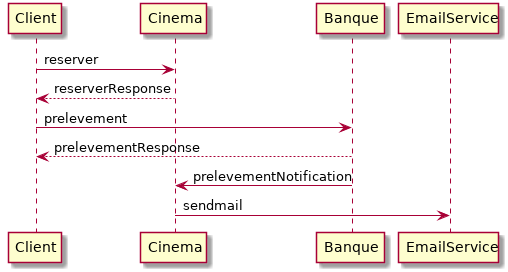
This is tp8/reservation.png from florianPalabost/tiw-is-2018, a PlantUML export, as it was before one commit. Source of this version:
```plantuml
@startuml
Client -> Cinema: reserver
Cinema --> Client: reserverResponse
Client -> Banque: prelevement
Banque --> Client: prelevementResponse
Banque -> Cinema: prelevementNotification
Cinema -> EmailService: sendmail
@enduml
```
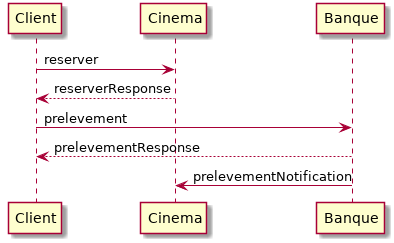
Above is the later version.

Diff of the diagram source:
```diff
@@ -4,5 +4,4 @@
 Client -> Banque: prelevement
 Banque --> Client: prelevementResponse
 Banque -> Cinema: prelevementNotification
-Cinema -> EmailService: sendmail
 @enduml
```
